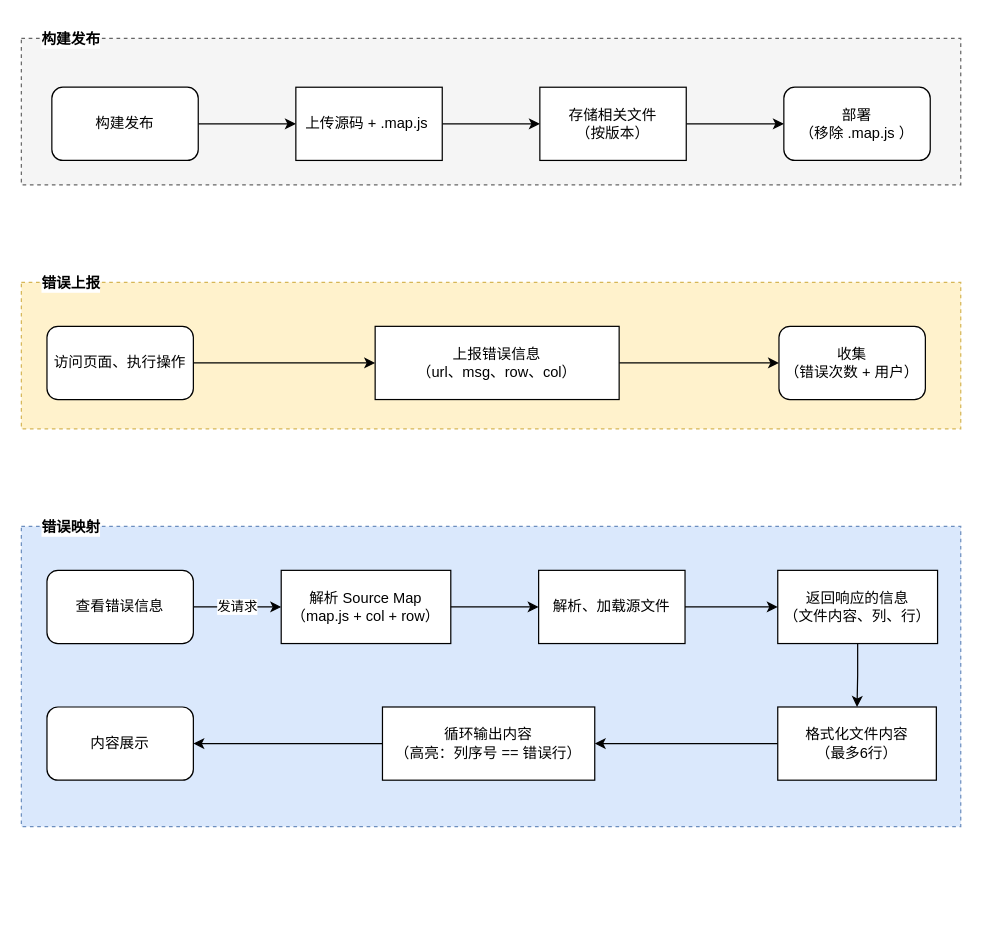
sufangyu/draw_io keeps this draw.io diagram as SourceMap映射.drawio. Above is the earlier version. Source tidied: cells renumbered, new cells numbered last; positions are measured from the earlier drawing's top-left corner, leaving out a move shared by most shapes. Both pictures are drawn from the tidied source at 122%, with x=0, y=0 at pixel (21, 21).
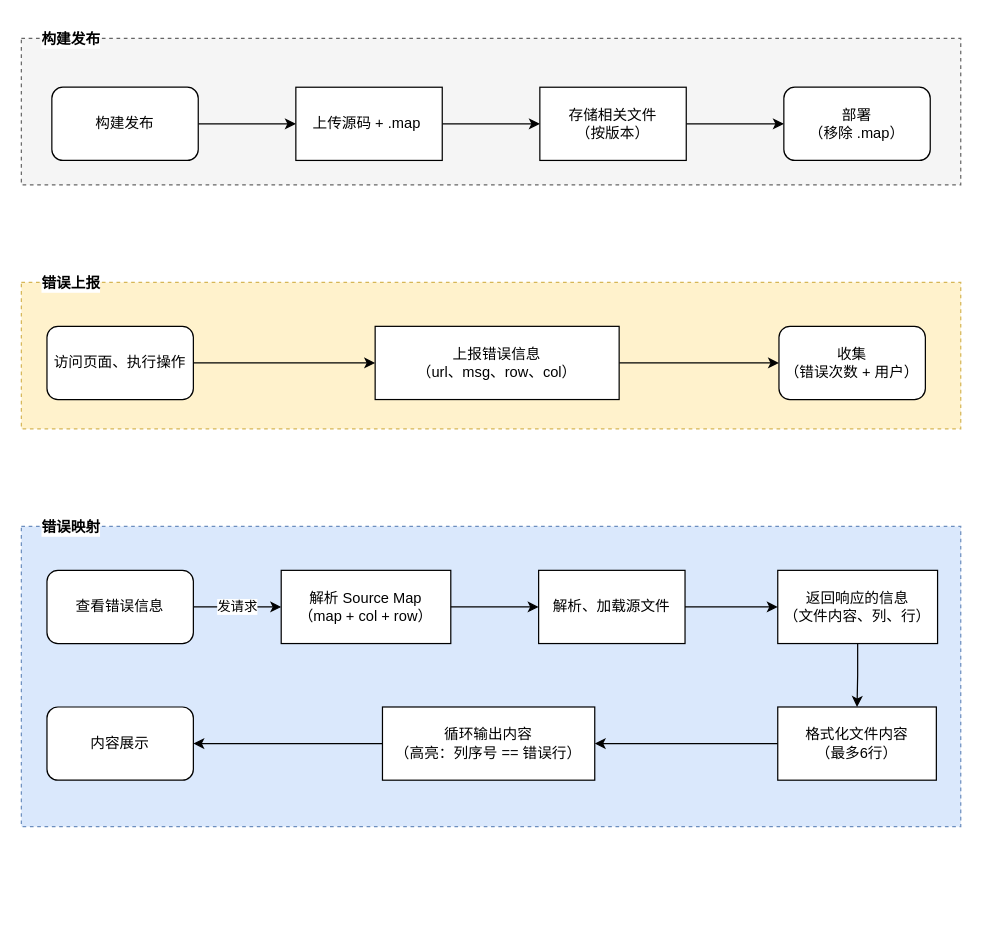
The same diagram, later.

The change refers to these unchanged cells:
```xml
<mxCell id="20" style="group;" parent="1" vertex="1">
  <mxGeometry y="394" width="770" height="350" as="geometry" />
</mxCell>
```

What changed in the source:
```diff
@@
-    <mxCell id="8" value="上传源码 + .map.js&amp;nbsp;" style="rounded=0;whiteSpace=wrap;html=1;" parent="1" vertex="1">
+    <mxCell id="8" value="上传源码 + .map&amp;nbsp;" style="rounded=0;whiteSpace=wrap;html=1;" parent="1" vertex="1">
       <mxGeometry x="225" y="54" width="120" height="60" as="geometry" />
     </mxCell>
@@
-    <mxCell id="11" value="部署&lt;br&gt;（移除 .map.js&amp;nbsp;）" style="rounded=1;whiteSpace=wrap;html=1;" parent="1" vertex="1">
+    <mxCell id="11" value="部署&lt;br&gt;（移除 .map）" style="rounded=1;whiteSpace=wrap;html=1;" parent="1" vertex="1">
       <mxGeometry x="625" y="54" width="120" height="60" as="geometry" />
     </mxCell>
@@
-    <mxCell id="25" value="解析 Source Map&lt;br&gt;（map.js + col + row）" style="rounded=0;whiteSpace=wrap;html=1;labelBackgroundColor=default;labelBorderColor=none;" parent="20" vertex="1">
+    <mxCell id="25" value="解析 Source Map&lt;br&gt;（map + col + row）" style="rounded=0;whiteSpace=wrap;html=1;labelBackgroundColor=default;labelBorderColor=none;" parent="20" vertex="1">
       <mxGeometry x="213" y="56" width="139" height="60" as="geometry" />
     </mxCell>
```
